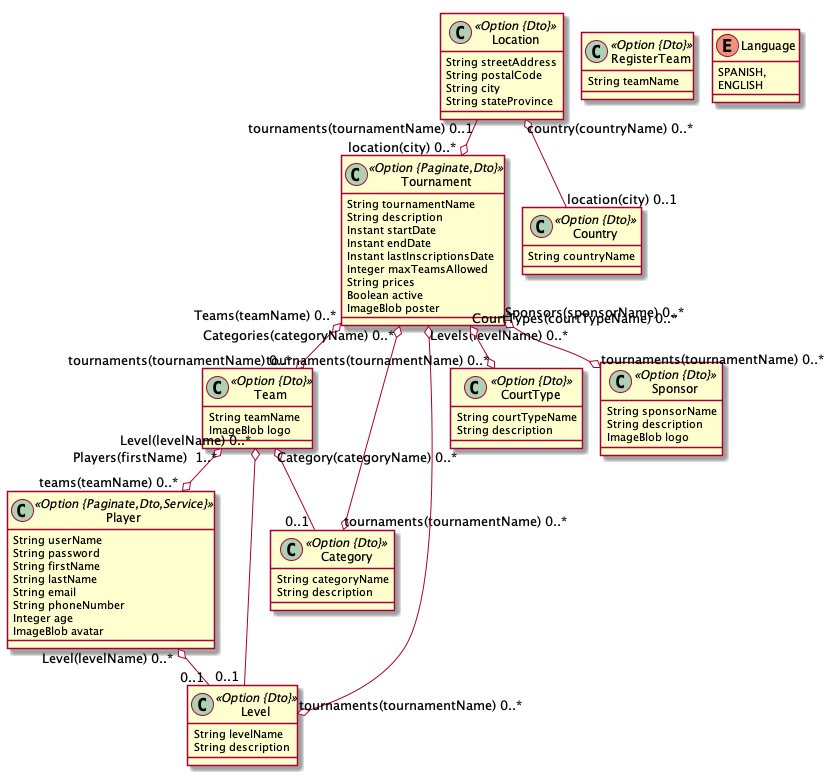
Earlier version of the PlantUML export padel-tm-app-gpt.png (jjsanbra/padelTMApp).
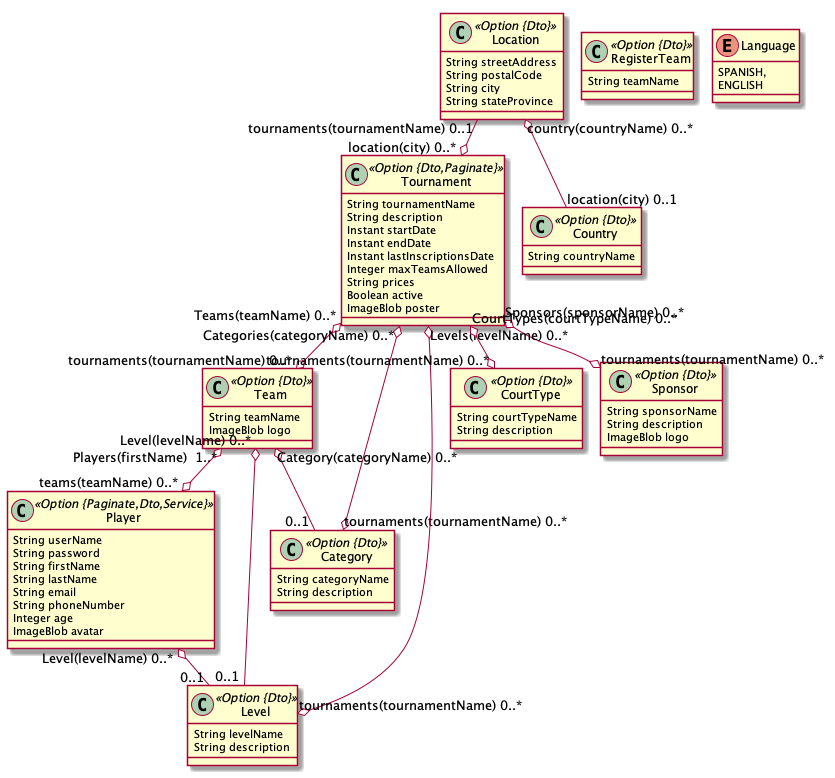
After the commit.

What changed in the source:
```diff
@@ -1,7 +1,7 @@
 @startuml
 	!pragma layout smetana
 	!pragma syntax class
-	class Tournament <<Option {Paginate,Dto}>> {
+	class Tournament <<Option {Dto,Paginate}>> {
 		String tournamentName
 		String description
 		Instant startDate
```
